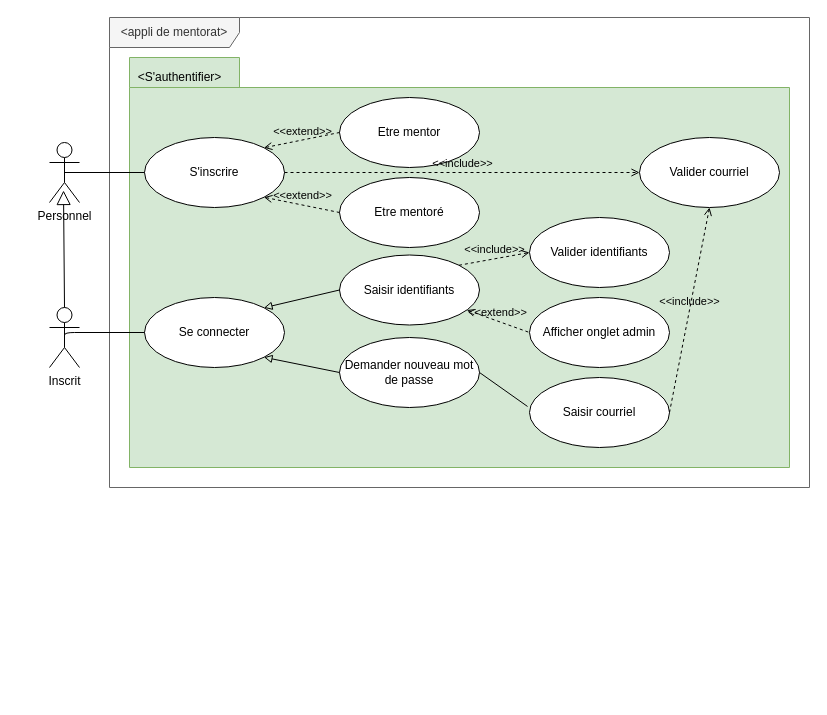
emmo78/Project_ConceptionOfMentorApp keeps this draw.io diagram as page "S'authentifier" (2 of 5) of UseCasesDiagram.drawio. Above is the earlier version. Source tidied: cells renumbered, new cells numbered last; positions are measured from the earlier drawing's top-left corner, leaving out a move shared by most shapes. Both pictures are drawn from the tidied source at 100%, with x=0, y=0 at pixel (49, 17).
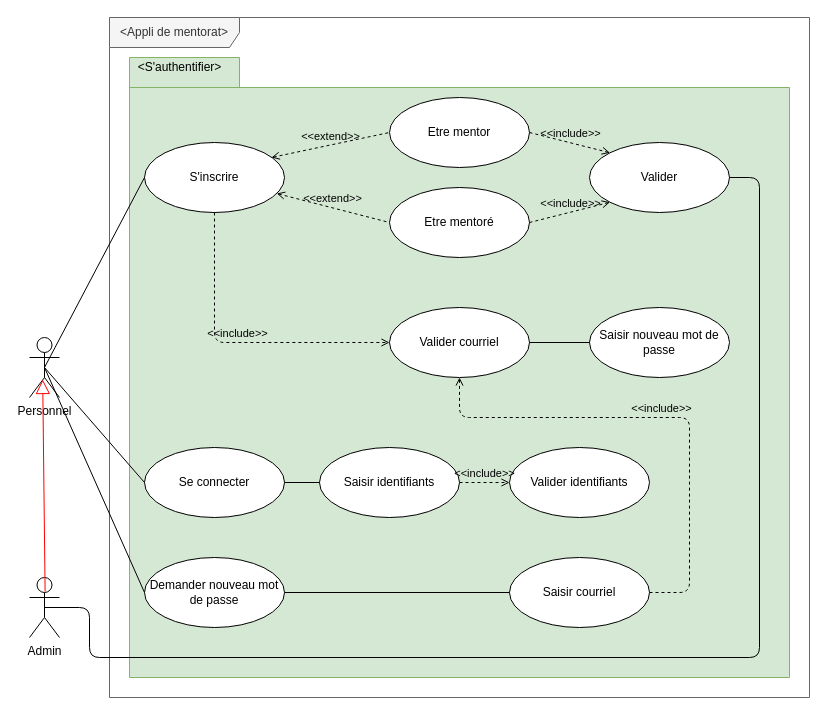
The same diagram, later.

What changed in the source:
```diff
@@
-    <mxCell id="2" value="&amp;lt;appli de mentorat&amp;gt;" style="shape=umlFrame;whiteSpace=wrap;html=1;width=130;height=30;fillColor=#f5f5f5;strokeColor=#666666;fontColor=#333333;" parent="1" vertex="1">
-      <mxGeometry x="60" width="700" height="470" as="geometry" />
+    <mxCell id="2" value="&amp;lt;Appli de mentorat&amp;gt;" style="shape=umlFrame;whiteSpace=wrap;html=1;width=130;height=30;fillColor=#f5f5f5;strokeColor=#666666;fontColor=#333333;" parent="1" vertex="1">
+      <mxGeometry x="60" width="700" height="680" as="geometry" />
     </mxCell>
     <mxCell id="3" style="shape=folder;fontStyle=1;tabWidth=110;tabHeight=30;tabPosition=left;html=1;boundedLbl=1;fillColor=#d5e8d4;strokeColor=#82b366;" parent="1" vertex="1">
-      <mxGeometry x="80" y="40" width="660" height="410" as="geometry" />
+      <mxGeometry x="80" y="40" width="660" height="620" as="geometry" />
     </mxCell>
     <mxCell id="4" value="&amp;lt;S'authentifier&amp;gt;" style="text;html=1;align=center;verticalAlign=middle;" parent="1" vertex="1">
-      <mxGeometry x="80" y="50" width="100" height="20" as="geometry" />
+      <mxGeometry x="80" y="40" width="100" height="20" as="geometry" />
     </mxCell>
     <mxCell id="5" value="S'inscrire" style="ellipse;whiteSpace=wrap;html=1;" parent="1" vertex="1">
-      <mxGeometry x="95" y="120" width="140" height="70" as="geometry" />
+      <mxGeometry x="95" y="125" width="140" height="70" as="geometry" />
     </mxCell>
     <mxCell id="6" value="Se connecter" style="ellipse;whiteSpace=wrap;html=1;" parent="1" vertex="1">
-      <mxGeometry x="95" y="280" width="140" height="70" as="geometry" />
+      <mxGeometry x="95" y="430" width="140" height="70" as="geometry" />
     </mxCell>
     <mxCell id="7" value="Demander nouveau mot de passe" style="ellipse;whiteSpace=wrap;html=1;" parent="1" vertex="1">
-      <mxGeometry x="290" y="320" width="140" height="70" as="geometry" />
+      <mxGeometry x="95" y="540" width="140" height="70" as="geometry" />
     </mxCell>
     <mxCell id="8" value="Etre mentor" style="ellipse;whiteSpace=wrap;html=1;" parent="1" vertex="1">
-      <mxGeometry x="290" y="80" width="140" height="70" as="geometry" />
+      <mxGeometry x="340" y="80" width="140" height="70" as="geometry" />
     </mxCell>
     <mxCell id="9" value="Etre mentoré" style="ellipse;whiteSpace=wrap;html=1;" parent="1" vertex="1">
-      <mxGeometry x="290" y="160" width="140" height="70" as="geometry" />
+      <mxGeometry x="340" y="170" width="140" height="70" as="geometry" />
     </mxCell>
     <mxCell id="10" value="Saisir identifiants" style="ellipse;whiteSpace=wrap;html=1;" parent="1" vertex="1">
-      <mxGeometry x="290" y="237.5" width="140" height="70" as="geometry" />
+      <mxGeometry x="270" y="430" width="140" height="70" as="geometry" />
     </mxCell>
-    <mxCell id="11" style="endArrow=none;html=1;strokeWidth=1;startArrow=block;startFill=0;entryX=0;entryY=0.5;entryDx=0;entryDy=0;exitX=1;exitY=0;exitDx=0;exitDy=0;" parent="1" edge="1" source="6" target="10">
-      <mxGeometry relative="1" as="geometry" />
-    </mxCell>
-    <mxCell id="12" style="endArrow=none;html=1;strokeWidth=1;startArrow=block;startFill=0;entryX=0;entryY=0.5;entryDx=0;entryDy=0;exitX=1;exitY=1;exitDx=0;exitDy=0;" parent="1" edge="1" source="6" target="7">
-      <mxGeometry relative="1" as="geometry" />
-    </mxCell>
@@
-    <mxCell id="14" value="&amp;lt;&amp;lt;extend&amp;gt;&amp;gt;" style="html=1;verticalAlign=bottom;labelBackgroundColor=none;endArrow=none;endFill=0;dashed=1;strokeWidth=1;startArrow=open;startFill=0;entryX=0;entryY=0.5;entryDx=0;entryDy=0;exitX=1;exitY=0;exitDx=0;exitDy=0;" parent="1" edge="1" source="5" target="8">
+    <mxCell id="14" value="&amp;lt;&amp;lt;extend&amp;gt;&amp;gt;" style="html=1;verticalAlign=bottom;labelBackgroundColor=none;endArrow=none;endFill=0;dashed=1;strokeWidth=1;startArrow=open;startFill=0;entryX=0;entryY=0.5;entryDx=0;entryDy=0;exitX=0.907;exitY=0.214;exitDx=0;exitDy=0;exitPerimeter=0;" parent="1" edge="1" source="5" target="8">
       <mxGeometry relative="1" as="geometry" />
     </mxCell>
-    <mxCell id="15" value="&amp;lt;&amp;lt;extend&amp;gt;&amp;gt;" style="html=1;verticalAlign=bottom;labelBackgroundColor=none;endArrow=none;endFill=0;dashed=1;strokeWidth=1;startArrow=open;startFill=0;entryX=0;entryY=0.5;entryDx=0;entryDy=0;exitX=1;exitY=1;exitDx=0;exitDy=0;" parent="1" edge="1" source="5" target="9">
+    <mxCell id="15" value="&amp;lt;&amp;lt;extend&amp;gt;&amp;gt;" style="html=1;verticalAlign=bottom;labelBackgroundColor=none;endArrow=none;endFill=0;dashed=1;strokeWidth=1;startArrow=open;startFill=0;entryX=0;entryY=0.5;entryDx=0;entryDy=0;" parent="1" edge="1" source="5" target="9">
       <mxGeometry relative="1" as="geometry" />
     </mxCell>
     <mxCell id="16" value="Valider identifiants" style="ellipse;whiteSpace=wrap;html=1;" parent="1" vertex="1">
-      <mxGeometry x="480" y="200" width="140" height="70" as="geometry" />
+      <mxGeometry x="460" y="430" width="140" height="70" as="geometry" />
     </mxCell>
-    <mxCell id="17" value="&amp;lt;&amp;lt;include&amp;gt;&amp;gt;" style="html=1;verticalAlign=bottom;labelBackgroundColor=none;endArrow=open;endFill=0;dashed=1;strokeWidth=1;entryX=0;entryY=0.5;entryDx=0;entryDy=0;exitX=1;exitY=0;exitDx=0;exitDy=0;" parent="1" edge="1" source="10" target="16">
+    <mxCell id="17" value="&amp;lt;&amp;lt;include&amp;gt;&amp;gt;" style="html=1;verticalAlign=bottom;labelBackgroundColor=none;endArrow=open;endFill=0;dashed=1;strokeWidth=1;entryX=0;entryY=0.5;entryDx=0;entryDy=0;exitX=1;exitY=0.5;exitDx=0;exitDy=0;" parent="1" edge="1" source="10" target="16">
       <mxGeometry relative="1" as="geometry" />
     </mxCell>
-    <mxCell id="18" value="Afficher onglet admin" style="ellipse;whiteSpace=wrap;html=1;" parent="1" vertex="1">
-      <mxGeometry x="480" y="280" width="140" height="70" as="geometry" />
-    </mxCell>
-    <mxCell id="19" value="&amp;lt;&amp;lt;extend&amp;gt;&amp;gt;" style="html=1;verticalAlign=bottom;labelBackgroundColor=none;endArrow=none;endFill=0;dashed=1;strokeWidth=1;startArrow=open;startFill=0;entryX=0;entryY=0.5;entryDx=0;entryDy=0;" parent="1" edge="1" source="10" target="18">
-      <mxGeometry relative="1" as="geometry" />
-    </mxCell>
     <mxCell id="20" value="Saisir courriel" style="ellipse;whiteSpace=wrap;html=1;" parent="1" vertex="1">
-      <mxGeometry x="480" y="360" width="140" height="70" as="geometry" />
+      <mxGeometry x="460" y="540" width="140" height="70" as="geometry" />
     </mxCell>
     <mxCell id="21" value="Valider courriel" style="ellipse;whiteSpace=wrap;html=1;" parent="1" vertex="1">
-      <mxGeometry x="590" y="120" width="140" height="70" as="geometry" />
+      <mxGeometry x="340" y="290" width="140" height="70" as="geometry" />
     </mxCell>
-    <mxCell id="22" value="&amp;lt;&amp;lt;include&amp;gt;&amp;gt;" style="html=1;verticalAlign=bottom;labelBackgroundColor=none;endArrow=open;endFill=0;dashed=1;strokeWidth=1;entryX=0.5;entryY=1;entryDx=0;entryDy=0;exitX=1;exitY=0.5;exitDx=0;exitDy=0;" parent="1" edge="1" source="20" target="21">
-      <mxGeometry relative="1" as="geometry" />
+    <mxCell id="22" value="&amp;lt;&amp;lt;include&amp;gt;&amp;gt;" style="html=1;verticalAlign=bottom;labelBackgroundColor=none;endArrow=open;endFill=0;dashed=1;strokeWidth=1;entryX=0.5;entryY=1;entryDx=0;entryDy=0;exitX=1;exitY=0.5;exitDx=0;exitDy=0;edgeStyle=orthogonalEdgeStyle;" parent="1" edge="1" source="20" target="21">
+      <mxGeometry relative="1" as="geometry">
+        <Array as="points">
+          <mxPoint x="640" y="575" />
+          <mxPoint x="640" y="400" />
+          <mxPoint x="410" y="400" />
+        </Array>
+      </mxGeometry>
     </mxCell>
-    <mxCell id="23" style="endArrow=none;html=1;strokeWidth=1;exitX=1;exitY=0.5;exitDx=0;exitDy=0;entryX=-0.014;entryY=0.414;entryDx=0;entryDy=0;entryPerimeter=0;" parent="1" edge="1" source="7" target="20">
+    <mxCell id="23" style="endArrow=none;html=1;strokeWidth=1;exitX=1;exitY=0.5;exitDx=0;exitDy=0;entryX=0;entryY=0.5;entryDx=0;entryDy=0;" parent="1" edge="1" source="7" target="20">
       <mxGeometry relative="1" as="geometry" />
     </mxCell>
     <mxCell id="24" value="Personnel" style="shape=umlActor;verticalLabelPosition=bottom;verticalAlign=top;html=1;" parent="1" vertex="1">
-      <mxGeometry y="125" width="30" height="60" as="geometry" />
+      <mxGeometry x="-20" y="320" width="30" height="60" as="geometry" />
     </mxCell>
@@
-    <mxCell id="26" value="Inscrit" style="shape=umlActor;verticalLabelPosition=bottom;verticalAlign=top;html=1;" parent="1" vertex="1">
-      <mxGeometry y="290" width="30" height="60" as="geometry" />
-    </mxCell>
-    <mxCell id="27" style="endArrow=none;html=1;edgeStyle=orthogonalEdgeStyle;exitX=0.5;exitY=0.5;exitDx=0;exitDy=0;exitPerimeter=0;entryX=0;entryY=0.5;entryDx=0;entryDy=0;" parent="1" edge="1" source="26" target="6">
-      <mxGeometry relative="1" as="geometry">
-        <Array as="points">
-          <mxPoint x="15" y="315" />
-        </Array>
-      </mxGeometry>
+    <mxCell id="27" style="endArrow=none;html=1;exitX=0.5;exitY=0.5;exitDx=0;exitDy=0;exitPerimeter=0;entryX=0;entryY=0.5;entryDx=0;entryDy=0;" parent="1" edge="1" source="24" target="6">
+      <mxGeometry relative="1" as="geometry" />
     </mxCell>
-    <mxCell id="28" style="endArrow=block;endFill=0;endSize=12;html=1;strokeWidth=1;entryX=0.467;entryY=0.8;entryDx=0;entryDy=0;entryPerimeter=0;exitX=0.5;exitY=0;exitDx=0;exitDy=0;exitPerimeter=0;" parent="1" edge="1" source="26" target="24">
-      <mxGeometry relative="1" as="geometry" />
-    </mxCell>
-    <mxCell id="29" value="&amp;lt;&amp;lt;include&amp;gt;&amp;gt;" style="html=1;verticalAlign=bottom;labelBackgroundColor=none;endArrow=open;endFill=0;dashed=1;strokeWidth=1;exitX=1;exitY=0.5;exitDx=0;exitDy=0;entryX=0;entryY=0.5;entryDx=0;entryDy=0;" parent="1" edge="1" source="5" target="21">
+    <mxCell id="29" value="&amp;lt;&amp;lt;include&amp;gt;&amp;gt;" style="html=1;verticalAlign=bottom;labelBackgroundColor=none;endArrow=open;endFill=0;dashed=1;strokeWidth=1;exitX=0.5;exitY=1;exitDx=0;exitDy=0;entryX=0;entryY=0.5;entryDx=0;entryDy=0;edgeStyle=orthogonalEdgeStyle;" parent="1" edge="1" source="5" target="21">
       <mxGeometry relative="1" as="geometry" />
     </mxCell>
+    <mxCell id="11" style="endArrow=none;html=1;edgeStyle=orthogonalEdgeStyle;entryX=0;entryY=0.5;entryDx=0;entryDy=0;" parent="1" edge="1" source="6" target="10">
+      <mxGeometry relative="1" as="geometry" />
+    </mxCell>
+    <mxCell id="30" style="endArrow=none;html=1;exitX=0.5;exitY=0.5;exitDx=0;exitDy=0;exitPerimeter=0;entryX=0;entryY=0.5;entryDx=0;entryDy=0;" parent="1" edge="1" source="24" target="7">
+      <mxGeometry relative="1" as="geometry" />
+    </mxCell>
+    <mxCell id="31" value="Admin" style="shape=umlActor;verticalLabelPosition=bottom;verticalAlign=top;html=1;" parent="1" vertex="1">
+      <mxGeometry x="-20" y="560" width="30" height="60" as="geometry" />
+    </mxCell>
+    <mxCell id="32" value="Valider" style="ellipse;whiteSpace=wrap;html=1;" parent="1" vertex="1">
+      <mxGeometry x="540" y="125" width="140" height="70" as="geometry" />
+    </mxCell>
+    <mxCell id="33" style="endArrow=none;html=1;entryX=0.5;entryY=0.5;entryDx=0;entryDy=0;entryPerimeter=0;exitX=1;exitY=0.5;exitDx=0;exitDy=0;edgeStyle=orthogonalEdgeStyle;" parent="1" edge="1" source="32" target="31">
+      <mxGeometry relative="1" as="geometry">
+        <Array as="points">
+          <mxPoint x="710" y="160" />
+          <mxPoint x="710" y="640" />
+          <mxPoint x="40" y="640" />
+          <mxPoint x="40" y="590" />
+        </Array>
+      </mxGeometry>
+    </mxCell>
+    <mxCell id="34" value="&amp;lt;&amp;lt;include&amp;gt;&amp;gt;" style="html=1;verticalAlign=bottom;labelBackgroundColor=none;endArrow=open;endFill=0;dashed=1;exitX=1;exitY=0.5;exitDx=0;exitDy=0;entryX=0;entryY=0;entryDx=0;entryDy=0;" parent="1" edge="1" source="8" target="32">
+      <mxGeometry relative="1" as="geometry" />
+    </mxCell>
+    <mxCell id="35" value="&amp;lt;&amp;lt;include&amp;gt;&amp;gt;" style="html=1;verticalAlign=bottom;labelBackgroundColor=none;endArrow=open;endFill=0;dashed=1;exitX=1;exitY=0.5;exitDx=0;exitDy=0;entryX=0;entryY=1;entryDx=0;entryDy=0;" parent="1" edge="1" source="9" target="32">
+      <mxGeometry relative="1" as="geometry" />
+    </mxCell>
+    <mxCell id="36" value="Saisir nouveau mot de passe" style="ellipse;whiteSpace=wrap;html=1;" parent="1" vertex="1">
+      <mxGeometry x="540" y="290" width="140" height="70" as="geometry" />
+    </mxCell>
+    <mxCell id="37" style="endArrow=none;html=1;edgeStyle=orthogonalEdgeStyle;exitX=1;exitY=0.5;exitDx=0;exitDy=0;" parent="1" edge="1" source="21" target="36">
+      <mxGeometry relative="1" as="geometry" />
+    </mxCell>
+    <mxCell id="38" style="edgeStyle=none;rounded=0;orthogonalLoop=1;jettySize=auto;html=1;exitX=0.5;exitY=1;exitDx=0;exitDy=0;exitPerimeter=0;" parent="1" edge="1" source="3" target="3">
+      <mxGeometry relative="1" as="geometry" />
+    </mxCell>
+    <mxCell id="39" style="endArrow=block;endFill=0;endSize=12;html=1;strokeWidth=1;exitX=0.52;exitY=0.233;exitDx=0;exitDy=0;exitPerimeter=0;entryX=0.44;entryY=0.7;entryDx=0;entryDy=0;entryPerimeter=0;strokeColor=#FF0000;" parent="1" edge="1" source="31" target="24">
+      <mxGeometry relative="1" as="geometry" />
+    </mxCell>
```
